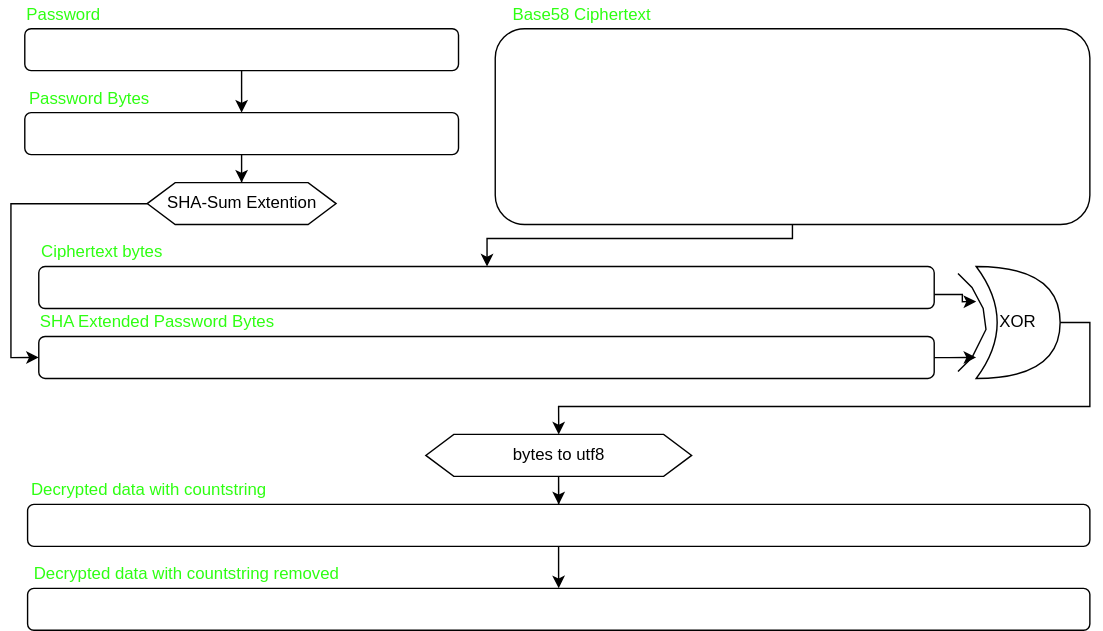
The draw.io diagram aes256cbc/obf_1_decrypt_flowchart.drawio.svg in lenron/trustnet, before a commit. Source tidied: cells renumbered, new cells last; positions are measured from the earlier drawing's top-left corner, leaving out a move shared by most shapes.
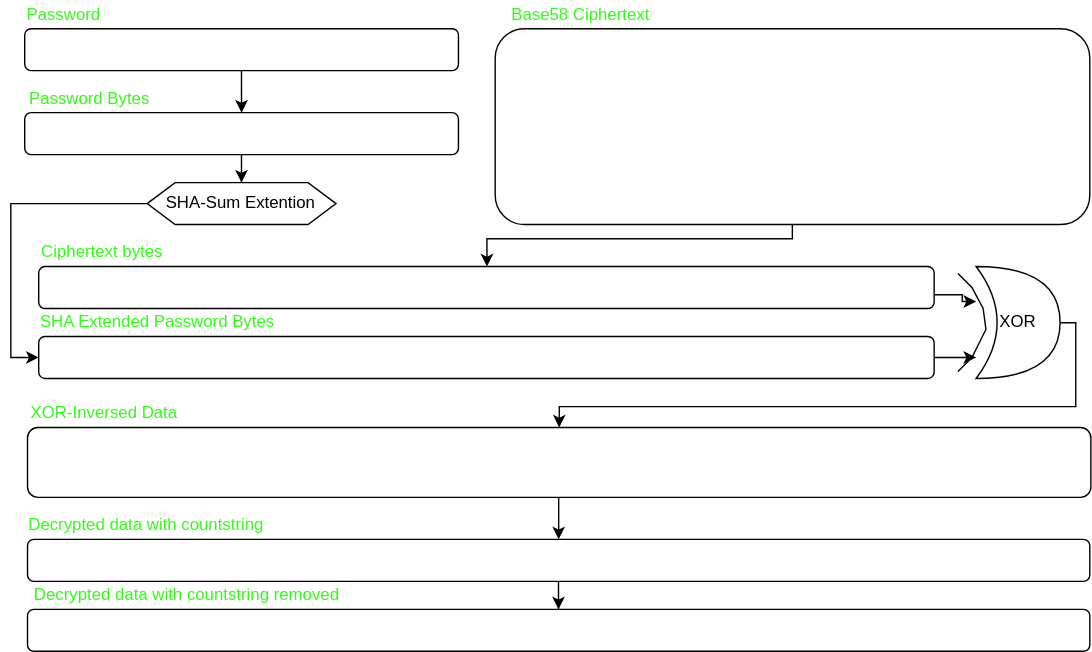
The same diagram one commit later.

Commit message:
Dev site functions now working: obf1 encrypt + decrypt, OpenSSL encrypt + decrypt.

Change to the diagram source:
```diff
@@ -14,15 +14,15 @@
     <mxCell id="5" value="&lt;font style=&quot;color: light-dark(rgb(46, 255, 18), rgb(46, 255, 18));&quot;&gt;SHA Extended Password Bytes&lt;/font&gt;" style="text;html=1;align=center;verticalAlign=middle;whiteSpace=wrap;rounded=0;" parent="1" vertex="1">
       <mxGeometry x="20" y="220" width="170" height="20" as="geometry" />
     </mxCell>
-    <mxCell id="6" style="edgeStyle=orthogonalEdgeStyle;rounded=0;jettySize=auto;html=1;entryX=0.5;entryY=0;entryDx=0;entryDy=0;" parent="1" edge="1" source="7" target="23">
-      <mxGeometry relative="1" as="geometry">
-        <Array as="points">
-          <mxPoint x="771.3" y="230" />
-          <mxPoint x="771.3" y="290" />
-          <mxPoint x="391.3" y="290" />
-        </Array>
-      </mxGeometry>
-    </mxCell>
+    <mxCell id="29" style="edgeStyle=orthogonalEdgeStyle;rounded=0;jettySize=auto;html=1;entryX=0.5;entryY=0;entryDx=0;entryDy=0;" parent="1" edge="1" source="7" target="31">
+      <mxGeometry relative="1" as="geometry">
+        <Array as="points">
+          <mxPoint x="761.3" y="230" />
+          <mxPoint x="761.3" y="290" />
+          <mxPoint x="392.3" y="290" />
+        </Array>
+      </mxGeometry>
+    </mxCell>
     <mxCell id="7" value="XOR" style="shape=xor;whiteSpace=wrap;html=1;" parent="1" vertex="1">
       <mxGeometry x="690" y="190" width="60" height="80" as="geometry" />
     </mxCell>
@@ -95,26 +95,31 @@
     <mxCell id="21" value="SHA-Sum Extention" style="shape=hexagon;perimeter=hexagonPerimeter2;whiteSpace=wrap;html=1;fixedSize=1;" parent="1" vertex="1">
       <mxGeometry x="97.5" y="130" width="135" height="30" as="geometry" />
     </mxCell>
-    <mxCell id="22" style="edgeStyle=orthogonalEdgeStyle;rounded=0;jettySize=auto;html=1;entryX=0.5;entryY=0;entryDx=0;entryDy=0;" parent="1" edge="1" source="23" target="25">
-      <mxGeometry relative="1" as="geometry" />
+    <mxCell id="22" style="edgeStyle=orthogonalEdgeStyle;rounded=0;jettySize=auto;html=1;entryX=0.5;entryY=0;entryDx=0;entryDy=0;" parent="1" edge="1" target="25">
+      <mxGeometry relative="1" as="geometry">
+        <mxPoint x="391.7" y="355" as="sourcePoint" />
+      </mxGeometry>
     </mxCell>
-    <mxCell id="23" value="bytes to utf8" style="shape=hexagon;perimeter=hexagonPerimeter2;whiteSpace=wrap;html=1;fixedSize=1;" parent="1" vertex="1">
-      <mxGeometry x="296.7" y="310" width="190" height="30" as="geometry" />
-    </mxCell>
-    <mxCell id="24" style="edgeStyle=orthogonalEdgeStyle;rounded=0;jettySize=auto;html=1;entryX=0.5;entryY=0;entryDx=0;entryDy=0;" parent="1" edge="1" source="25" target="27">
+    <mxCell id="24" style="edgeStyle=orthogonalEdgeStyle;rounded=0;jettySize=auto;html=1;" parent="1" edge="1" source="25" target="27">
       <mxGeometry relative="1" as="geometry" />
     </mxCell>
     <mxCell id="25" style="rounded=1;whiteSpace=wrap;html=1;" parent="1" vertex="1">
-      <mxGeometry x="12" y="360" width="759.2" height="30" as="geometry" />
+      <mxGeometry x="12" y="385" width="759.2" height="30" as="geometry" />
     </mxCell>
     <mxCell id="26" value="&lt;font style=&quot;color: light-dark(rgb(46, 255, 18), rgb(46, 255, 18));&quot;&gt;Decrypted data with countstring&lt;/font&gt;" style="text;html=1;align=center;verticalAlign=middle;whiteSpace=wrap;rounded=0;" parent="1" vertex="1">
-      <mxGeometry x="10" y="340" width="177.5" height="20" as="geometry" />
+      <mxGeometry x="8" y="365" width="177.5" height="20" as="geometry" />
     </mxCell>
     <mxCell id="27" style="rounded=1;whiteSpace=wrap;html=1;" parent="1" vertex="1">
-      <mxGeometry x="12" y="420" width="759.2" height="30" as="geometry" />
+      <mxGeometry x="12" y="435" width="759.2" height="30" as="geometry" />
     </mxCell>
     <mxCell id="28" value="&lt;font style=&quot;color: light-dark(rgb(46, 255, 18), rgb(46, 255, 18));&quot;&gt;Decrypted data with countstring removed&lt;/font&gt;" style="text;html=1;align=center;verticalAlign=middle;whiteSpace=wrap;rounded=0;" parent="1" vertex="1">
-      <mxGeometry x="12" y="400" width="228" height="20" as="geometry" />
+      <mxGeometry x="12" y="415" width="228" height="20" as="geometry" />
     </mxCell>
+    <mxCell id="30" value="&lt;font style=&quot;color: light-dark(rgb(46, 255, 18), rgb(46, 255, 18));&quot;&gt;XOR-Inversed Data&lt;/font&gt;" style="text;html=1;align=center;verticalAlign=middle;whiteSpace=wrap;rounded=0;" parent="1" vertex="1">
+      <mxGeometry x="13.2" y="285" width="108.1" height="20" as="geometry" />
+    </mxCell>
+    <mxCell id="31" style="rounded=1;whiteSpace=wrap;html=1;" parent="1" vertex="1">
+      <mxGeometry x="12" y="305" width="760" height="50" as="geometry" />
+    </mxCell>
   </root>
 </mxGraphModel>
```
